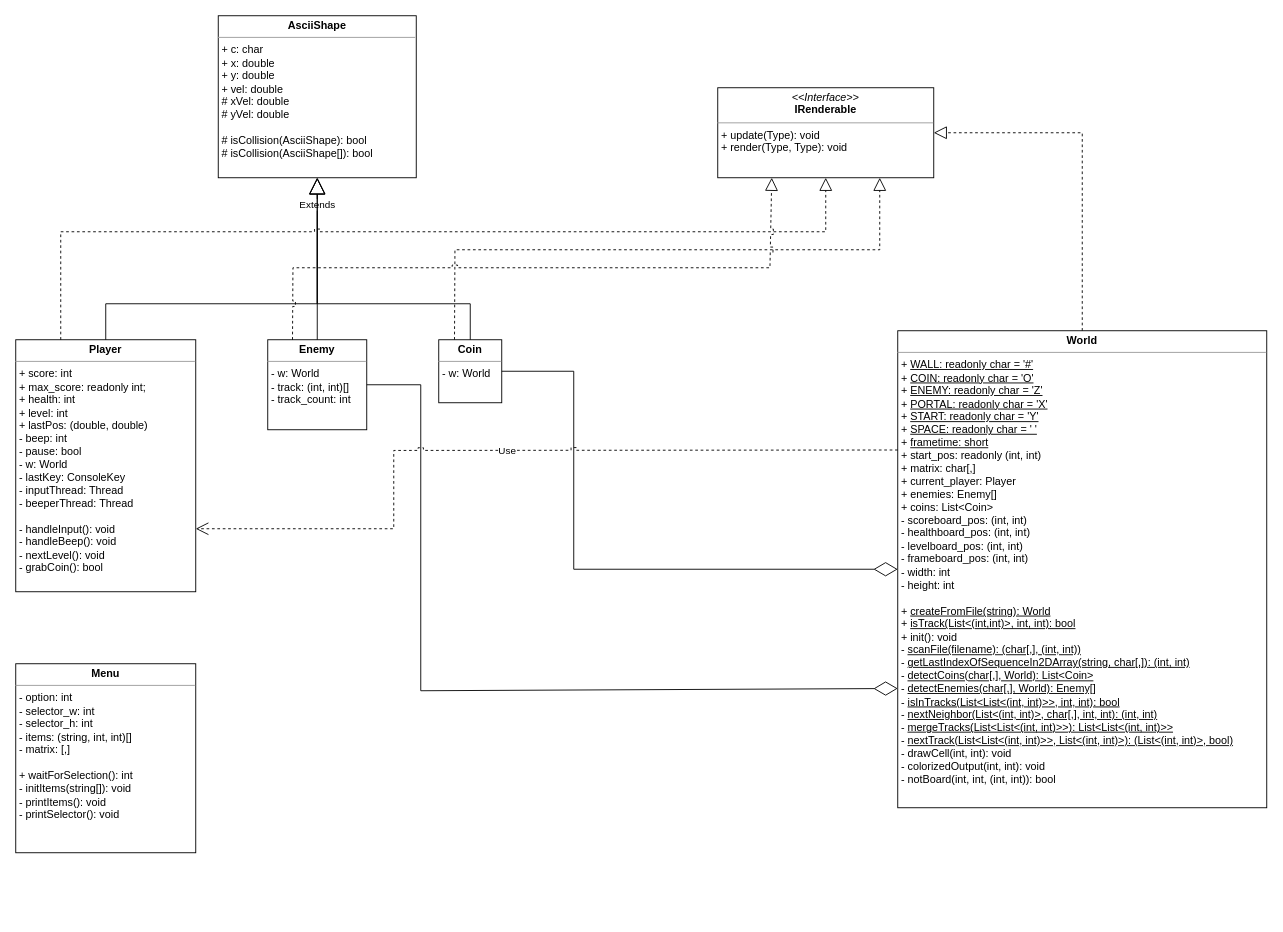
Artemexbits/BISBB_SS2023_CB_GA1 keeps this draw.io diagram as AsciiGame.drawio. Above is the earlier version. Source tidied: cells renumbered, new cells numbered last; positions are measured from the earlier drawing's top-left corner, leaving out a move shared by most shapes. Both pictures are drawn from the tidied source at 90%, with x=0, y=0 at pixel (15, 15).
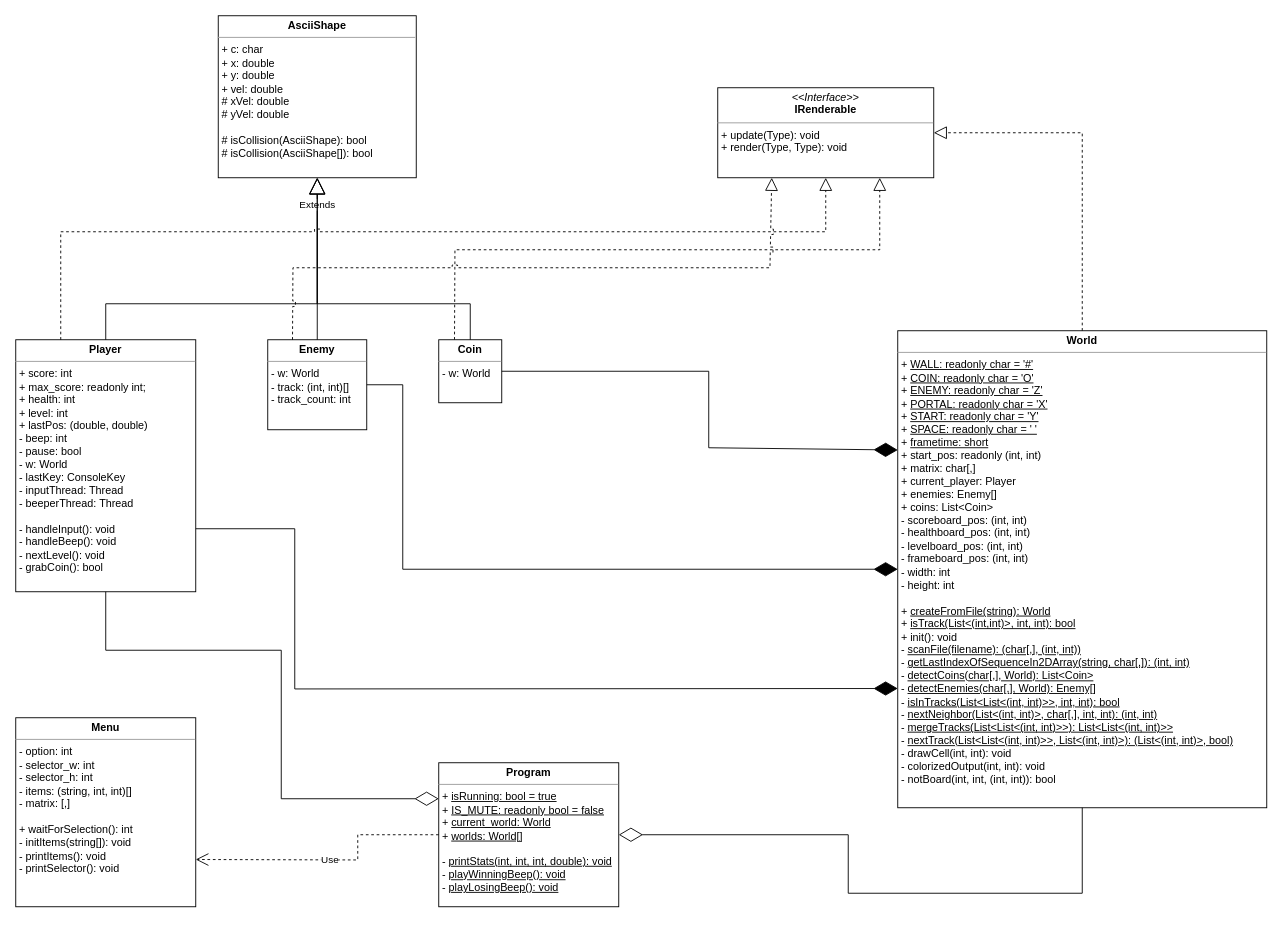
Above is the later version.

The change refers to these unchanged cells:
```xml
<mxCell id="4" value="&lt;p style=&quot;margin:0px;margin-top:4px;text-align:center;&quot;&gt;&lt;b&gt;Player&lt;/b&gt;&lt;/p&gt;&lt;hr size=&quot;1&quot;&gt;&lt;p style=&quot;margin:0px;margin-left:4px;&quot;&gt;+ score: int&lt;/p&gt;&lt;p style=&quot;margin:0px;margin-left:4px;&quot;&gt;&lt;span style=&quot;background-color: initial;&quot;&gt;+ max_score: readonly int;&lt;/span&gt;&lt;/p&gt;&lt;p style=&quot;margin:0px;margin-left:4px;&quot;&gt;+ health: int&lt;/p&gt;&lt;p style=&quot;margin:0px;margin-left:4px;&quot;&gt;+ level: int&lt;/p&gt;&lt;p style=&quot;margin:0px;margin-left:4px;&quot;&gt;+ lastPos: (double, double)&lt;/p&gt;&lt;p style=&quot;margin:0px;margin-left:4px;&quot;&gt;- beep: int&lt;/p&gt;&lt;p style=&quot;margin:0px;margin-left:4px;&quot;&gt;&lt;span style=&quot;background-color: initial;&quot;&gt;- pause: bool&lt;/span&gt;&lt;/p&gt;&lt;p style=&quot;margin:0px;margin-left:4px;&quot;&gt;- w: World&lt;/p&gt;&lt;p style=&quot;margin:0px;margin-left:4px;&quot;&gt;&lt;span style=&quot;background-color: initial;&quot;&gt;- lastKey: ConsoleKey&lt;/span&gt;&lt;/p&gt;&lt;p style=&quot;margin:0px;margin-left:4px;&quot;&gt;- inputThread: Thread&lt;/p&gt;&lt;p style=&quot;margin:0px;margin-left:4px;&quot;&gt;- beeperThread: Thread&lt;/p&gt;&lt;p style=&quot;margin:0px;margin-left:4px;&quot;&gt;&lt;br&gt;&lt;/p&gt;&lt;p style=&quot;margin:0px;margin-left:4px;&quot;&gt;- handleInput(): void&lt;/p&gt;&lt;p style=&quot;margin:0px;margin-left:4px;&quot;&gt;- handleBeep(): void&lt;/p&gt;&lt;p style=&quot;margin:0px;margin-left:4px;&quot;&gt;- nextLevel(): void&lt;/p&gt;&lt;p style=&quot;margin:0px;margin-left:4px;&quot;&gt;- grabCoin(): bool&lt;/p&gt;" style="verticalAlign=top;align=left;overflow=fill;fontSize=12;fontFamily=Helvetica;html=1;" parent="1" vertex="1">
  <mxGeometry y="360" width="200" height="280" as="geometry" />
</mxCell>
<mxCell id="5" value="&lt;p style=&quot;margin:0px;margin-top:4px;text-align:center;&quot;&gt;&lt;b&gt;Coin&lt;/b&gt;&lt;/p&gt;&lt;hr size=&quot;1&quot;&gt;&lt;p style=&quot;margin:0px;margin-left:4px;&quot;&gt;- w: World&lt;/p&gt;" style="verticalAlign=top;align=left;overflow=fill;fontSize=12;fontFamily=Helvetica;html=1;" parent="1" vertex="1">
  <mxGeometry x="470" y="360" width="70" height="70" as="geometry" />
</mxCell>
<mxCell id="6" value="&lt;p style=&quot;margin:0px;margin-top:4px;text-align:center;&quot;&gt;&lt;b&gt;Enemy&lt;/b&gt;&lt;/p&gt;&lt;hr size=&quot;1&quot;&gt;&lt;p style=&quot;margin:0px;margin-left:4px;&quot;&gt;- w: World&lt;/p&gt;&lt;p style=&quot;margin:0px;margin-left:4px;&quot;&gt;- track: (int, int)[]&lt;/p&gt;&lt;p style=&quot;margin:0px;margin-left:4px;&quot;&gt;- track_count: int&lt;/p&gt;" style="verticalAlign=top;align=left;overflow=fill;fontSize=12;fontFamily=Helvetica;html=1;" parent="1" vertex="1">
  <mxGeometry x="280" y="360" width="110" height="100" as="geometry" />
</mxCell>
<mxCell id="10" value="&lt;p style=&quot;margin:0px;margin-top:4px;text-align:center;&quot;&gt;&lt;i&gt;&amp;lt;&amp;lt;Interface&amp;gt;&amp;gt;&lt;/i&gt;&lt;br&gt;&lt;b&gt;IRenderable&lt;/b&gt;&lt;/p&gt;&lt;hr size=&quot;1&quot;&gt;&lt;p style=&quot;margin:0px;margin-left:4px;&quot;&gt;+ update(Type): void&lt;br&gt;+ render(Type, Type): void&lt;/p&gt;" style="verticalAlign=top;align=left;overflow=fill;fontSize=12;fontFamily=Helvetica;html=1;" parent="1" vertex="1">
  <mxGeometry x="780" y="80" width="240" height="100" as="geometry" />
</mxCell>
<mxCell id="11" value="&lt;p style=&quot;margin:0px;margin-top:4px;text-align:center;&quot;&gt;&lt;b&gt;World&lt;/b&gt;&lt;/p&gt;&lt;hr size=&quot;1&quot;&gt;&lt;p style=&quot;margin:0px;margin-left:4px;&quot;&gt;+ &lt;u&gt;WALL: readonly char = '#'&lt;/u&gt;&lt;/p&gt;&lt;p style=&quot;margin:0px;margin-left:4px;&quot;&gt;+ &lt;u&gt;COIN: readonly char = 'O'&lt;/u&gt;&lt;/p&gt;&lt;p style=&quot;margin:0px;margin-left:4px;&quot;&gt;+ &lt;u&gt;ENEMY: readonly char = 'Z'&lt;/u&gt;&lt;/p&gt;&lt;p style=&quot;margin:0px;margin-left:4px;&quot;&gt;+ &lt;u&gt;PORTAL: readonly char = 'X'&lt;/u&gt;&lt;/p&gt;&lt;p style=&quot;margin:0px;margin-left:4px;&quot;&gt;+ &lt;u&gt;START: readonly char = 'Y'&lt;/u&gt;&lt;/p&gt;&lt;p style=&quot;margin:0px;margin-left:4px;&quot;&gt;+ &lt;u&gt;SPACE: readonly char = ' '&lt;/u&gt;&lt;/p&gt;&lt;p style=&quot;margin:0px;margin-left:4px;&quot;&gt;+ &lt;u&gt;frametime: short&lt;/u&gt;&lt;/p&gt;&lt;p style=&quot;margin:0px;margin-left:4px;&quot;&gt;+ start_pos: readonly (int, int)&lt;/p&gt;&lt;p style=&quot;margin:0px;margin-left:4px;&quot;&gt;+ matrix: char[,]&lt;/p&gt;&lt;p style=&quot;margin:0px;margin-left:4px;&quot;&gt;+ current_player: Player&lt;/p&gt;&lt;p style=&quot;margin:0px;margin-left:4px;&quot;&gt;+ enemies: Enemy[]&lt;/p&gt;&lt;p style=&quot;margin:0px;margin-left:4px;&quot;&gt;+ coins: List&amp;lt;Coin&amp;gt;&lt;/p&gt;&lt;p style=&quot;margin:0px;margin-left:4px;&quot;&gt;- scoreboard_pos: (int, int)&lt;/p&gt;&lt;p style=&quot;margin:0px;margin-left:4px;&quot;&gt;- healthboard_pos: (int, int)&lt;/p&gt;&lt;p style=&quot;margin:0px;margin-left:4px;&quot;&gt;- levelboard_pos: (int, int)&lt;/p&gt;&lt;p style=&quot;margin:0px;margin-left:4px;&quot;&gt;- frameboard_pos: (int, int)&lt;/p&gt;&lt;p style=&quot;margin:0px;margin-left:4px;&quot;&gt;- width: int&lt;/p&gt;&lt;p style=&quot;margin:0px;margin-left:4px;&quot;&gt;- height: int&lt;/p&gt;&lt;p style=&quot;margin:0px;margin-left:4px;&quot;&gt;&lt;br&gt;&lt;/p&gt;&lt;p style=&quot;margin:0px;margin-left:4px;&quot;&gt;+ &lt;u&gt;createFromFile(string): World&lt;/u&gt;&lt;/p&gt;&lt;p style=&quot;margin:0px;margin-left:4px;&quot;&gt;+ &lt;u&gt;isTrack(List&amp;lt;(int,int)&amp;gt;, int, int): bool&lt;/u&gt;&lt;/p&gt;&lt;p style=&quot;margin:0px;margin-left:4px;&quot;&gt;+ init(): void&lt;/p&gt;&lt;p style=&quot;margin:0px;margin-left:4px;&quot;&gt;- &lt;u&gt;scanFile(filename): (char[,], (int, int))&lt;/u&gt;&lt;/p&gt;&lt;p style=&quot;margin:0px;margin-left:4px;&quot;&gt;- &lt;u&gt;getLastIndexOfSequenceIn2DArray(string, char[,]): (int, int)&lt;/u&gt;&lt;/p&gt;&lt;p style=&quot;margin:0px;margin-left:4px;&quot;&gt;- &lt;u&gt;detectCoins(char[,], World): List&amp;lt;Coin&amp;gt;&lt;/u&gt;&lt;/p&gt;&lt;p style=&quot;margin:0px;margin-left:4px;&quot;&gt;- &lt;u&gt;detectEnemies(char[,], World): Enemy[]&lt;/u&gt;&lt;/p&gt;&lt;p style=&quot;margin:0px;margin-left:4px;&quot;&gt;- &lt;u&gt;isInTracks(List&amp;lt;List&amp;lt;(int, int)&amp;gt;&amp;gt;, int, int): bool&lt;/u&gt;&lt;/p&gt;&lt;p style=&quot;margin:0px;margin-left:4px;&quot;&gt;- &lt;u&gt;nextNeighbor(List&amp;lt;(int, int)&amp;gt;, char[,], int, int): (int, int)&lt;/u&gt;&lt;/p&gt;&lt;p style=&quot;margin:0px;margin-left:4px;&quot;&gt;- &lt;u&gt;mergeTracks(List&amp;lt;List&amp;lt;(int, int)&amp;gt;&amp;gt;): List&amp;lt;List&amp;lt;(int, int)&amp;gt;&amp;gt;&lt;/u&gt;&lt;/p&gt;&lt;p style=&quot;margin:0px;margin-left:4px;&quot;&gt;- &lt;u&gt;nextTrack(List&amp;lt;List&amp;lt;(int, int)&amp;gt;&amp;gt;, List&amp;lt;(int, int)&amp;gt;): (List&amp;lt;(int, int)&amp;gt;, bool)&lt;/u&gt;&lt;/p&gt;&lt;p style=&quot;border-color: var(--border-color); margin: 0px 0px 0px 4px;&quot;&gt;- drawCell(int, int): void&lt;/p&gt;&lt;p style=&quot;border-color: var(--border-color); margin: 0px 0px 0px 4px;&quot;&gt;- colorizedOutput(int, int): void&lt;/p&gt;&lt;p style=&quot;border-color: var(--border-color); margin: 0px 0px 0px 4px;&quot;&gt;- notBoard(int, int, (int, int)): bool&lt;/p&gt;" style="verticalAlign=top;align=left;overflow=fill;fontSize=12;fontFamily=Helvetica;html=1;" parent="1" vertex="1">
  <mxGeometry x="980" y="350" width="410" height="530" as="geometry" />
</mxCell>
```

Change to the diagram source:
```diff
@@
     <mxCell id="12" value="&lt;p style=&quot;margin:0px;margin-top:4px;text-align:center;&quot;&gt;&lt;b&gt;Menu&lt;/b&gt;&lt;/p&gt;&lt;hr size=&quot;1&quot;&gt;&lt;p style=&quot;margin:0px;margin-left:4px;&quot;&gt;- option: int&lt;/p&gt;&lt;p style=&quot;margin:0px;margin-left:4px;&quot;&gt;- selector_w: int&lt;/p&gt;&lt;p style=&quot;margin:0px;margin-left:4px;&quot;&gt;- selector_h: int&lt;/p&gt;&lt;p style=&quot;margin:0px;margin-left:4px;&quot;&gt;- items: (string, int, int)[]&lt;/p&gt;&lt;p style=&quot;margin:0px;margin-left:4px;&quot;&gt;- matrix: [,]&lt;/p&gt;&lt;p style=&quot;margin:0px;margin-left:4px;&quot;&gt;&lt;br&gt;&lt;/p&gt;&lt;p style=&quot;margin:0px;margin-left:4px;&quot;&gt;+&amp;nbsp;waitForSelection(): int&lt;/p&gt;&lt;p style=&quot;margin:0px;margin-left:4px;&quot;&gt;- initItems(string[]): void&lt;/p&gt;&lt;p style=&quot;margin:0px;margin-left:4px;&quot;&gt;-&amp;nbsp;printItems(): void&lt;/p&gt;&lt;p style=&quot;margin:0px;margin-left:4px;&quot;&gt;-&amp;nbsp;printSelector(): void&lt;/p&gt;" style="verticalAlign=top;align=left;overflow=fill;fontSize=12;fontFamily=Helvetica;html=1;" parent="1" vertex="1">
-      <mxGeometry y="720" width="200" height="210" as="geometry" />
+      <mxGeometry y="780" width="200" height="210" as="geometry" />
     </mxCell>
@@
+    <mxCell id="18" style="endArrow=block;dashed=1;endFill=0;endSize=12;html=1;rounded=0;entryX=0.25;entryY=1;entryDx=0;entryDy=0;exitX=0.25;exitY=0;exitDx=0;exitDy=0;jumpStyle=sharp;" parent="1" edge="1" source="6" target="10">
+      <mxGeometry relative="1" as="geometry">
+        <Array as="points">
+          <mxPoint x="308" y="280" />
+          <mxPoint x="838" y="280" />
+        </Array>
+      </mxGeometry>
+    </mxCell>
+    <mxCell id="19" style="endArrow=diamondThin;endFill=1;endSize=24;html=1;rounded=0;exitX=1;exitY=0.75;exitDx=0;exitDy=0;entryX=0;entryY=0.75;entryDx=0;entryDy=0;" parent="1" edge="1" source="4" target="11">
+      <mxGeometry relative="1" as="geometry">
+        <Array as="points">
+          <mxPoint x="310" y="570" />
+          <mxPoint x="310" y="748" />
+        </Array>
+      </mxGeometry>
+    </mxCell>
+    <mxCell id="16" style="endArrow=diamondThin;endFill=1;endSize=24;html=1;rounded=0;exitX=1;exitY=0.5;exitDx=0;exitDy=0;entryX=0;entryY=0.5;entryDx=0;entryDy=0;" parent="1" edge="1" source="6" target="11">
+      <mxGeometry relative="1" as="geometry">
+        <Array as="points">
+          <mxPoint x="430" y="410" />
+          <mxPoint x="430" y="615" />
+        </Array>
+      </mxGeometry>
+    </mxCell>
-    <mxCell id="15" style="endArrow=diamondThin;endFill=0;endSize=24;html=1;rounded=0;entryX=0;entryY=0.5;entryDx=0;entryDy=0;exitX=1;exitY=0.5;exitDx=0;exitDy=0;" parent="1" edge="1" source="5" target="11">
+    <mxCell id="15" style="endArrow=diamondThin;endFill=1;endSize=24;html=1;rounded=0;exitX=1;exitY=0.5;exitDx=0;exitDy=0;entryX=0;entryY=0.25;entryDx=0;entryDy=0;" parent="1" edge="1" source="5" target="11">
       <mxGeometry relative="1" as="geometry">
         <Array as="points">
-          <mxPoint x="620" y="395" />
-          <mxPoint x="620" y="615" />
+          <mxPoint x="770" y="395" />
+          <mxPoint x="770" y="480" />
         </Array>
       </mxGeometry>
     </mxCell>
-    <mxCell id="16" style="endArrow=diamondThin;endFill=0;endSize=24;html=1;rounded=0;entryX=0;entryY=0.75;entryDx=0;entryDy=0;exitX=1;exitY=0.5;exitDx=0;exitDy=0;" parent="1" edge="1" source="6" target="11">
-      <mxGeometry relative="1" as="geometry">
-        <Array as="points">
-          <mxPoint x="450" y="410" />
-          <mxPoint x="450" y="750" />
-        </Array>
-      </mxGeometry>
-    </mxCell>
+    <mxCell id="20" value="&lt;p style=&quot;margin:0px;margin-top:4px;text-align:center;&quot;&gt;&lt;b&gt;Program&lt;/b&gt;&lt;/p&gt;&lt;hr size=&quot;1&quot;&gt;&lt;p style=&quot;margin:0px;margin-left:4px;&quot;&gt;+ &lt;u&gt;isRunning: bool = true&lt;/u&gt;&lt;/p&gt;&lt;p style=&quot;margin:0px;margin-left:4px;&quot;&gt;+ &lt;u&gt;IS_MUTE: readonly bool = false&lt;/u&gt;&lt;/p&gt;&lt;p style=&quot;margin:0px;margin-left:4px;&quot;&gt;+ &lt;u&gt;current_world: World&lt;/u&gt;&lt;/p&gt;&lt;p style=&quot;margin:0px;margin-left:4px;&quot;&gt;+ &lt;u&gt;worlds: World[]&lt;/u&gt;&lt;/p&gt;&lt;p style=&quot;margin:0px;margin-left:4px;&quot;&gt;&lt;br&gt;&lt;/p&gt;&lt;p style=&quot;margin:0px;margin-left:4px;&quot;&gt;- &lt;u&gt;printStats(int, int, int, double): void&lt;/u&gt;&lt;/p&gt;&lt;p style=&quot;margin:0px;margin-left:4px;&quot;&gt;- &lt;u&gt;playWinningBeep(): void&lt;/u&gt;&lt;/p&gt;&lt;p style=&quot;margin:0px;margin-left:4px;&quot;&gt;- &lt;u&gt;playLosingBeep(): void&lt;/u&gt;&lt;/p&gt;" style="verticalAlign=top;align=left;overflow=fill;fontSize=12;fontFamily=Helvetica;html=1;" parent="1" vertex="1">
+      <mxGeometry x="470" y="830" width="200" height="160" as="geometry" />
+    </mxCell>
-    <mxCell id="17" value="Use" style="endArrow=open;endSize=12;dashed=1;html=1;rounded=0;jumpStyle=sharp;exitX=0;exitY=0.25;exitDx=0;exitDy=0;entryX=1;entryY=0.75;entryDx=0;entryDy=0;" parent="1" edge="1" source="11" target="4">
+    <mxCell id="17" value="Use" style="endArrow=open;endSize=12;dashed=1;html=1;rounded=0;exitX=0;exitY=0.5;exitDx=0;exitDy=0;entryX=1;entryY=0.75;entryDx=0;entryDy=0;" parent="1" edge="1" source="20" target="12">
       <mxGeometry relative="1" as="geometry">
         <Array as="points">
-          <mxPoint x="420" y="483" />
-          <mxPoint x="420" y="570" />
+          <mxPoint x="380" y="910" />
+          <mxPoint x="380" y="938" />
         </Array>
       </mxGeometry>
     </mxCell>
-    <mxCell id="18" style="endArrow=block;dashed=1;endFill=0;endSize=12;html=1;rounded=0;entryX=0.25;entryY=1;entryDx=0;entryDy=0;exitX=0.25;exitY=0;exitDx=0;exitDy=0;jumpStyle=sharp;" parent="1" edge="1" source="6" target="10">
-      <mxGeometry relative="1" as="geometry">
-        <Array as="points">
-          <mxPoint x="308" y="280" />
-          <mxPoint x="838" y="280" />
-        </Array>
-      </mxGeometry>
-    </mxCell>
+    <mxCell id="21" style="endArrow=diamondThin;endFill=0;endSize=24;html=1;rounded=0;entryX=1;entryY=0.5;entryDx=0;entryDy=0;exitX=0.5;exitY=1;exitDx=0;exitDy=0;" parent="1" edge="1" source="11" target="20">
+      <mxGeometry relative="1" as="geometry">
+        <Array as="points">
+          <mxPoint x="1185" y="975" />
+          <mxPoint x="925" y="975" />
+          <mxPoint x="925" y="910" />
+        </Array>
+      </mxGeometry>
+    </mxCell>
+    <mxCell id="22" style="endArrow=diamondThin;endFill=0;endSize=24;html=1;rounded=0;exitX=0.5;exitY=1;exitDx=0;exitDy=0;entryX=0;entryY=0.25;entryDx=0;entryDy=0;" parent="1" edge="1" source="4" target="20">
+      <mxGeometry relative="1" as="geometry">
+        <Array as="points">
+          <mxPoint x="100" y="705" />
+          <mxPoint x="295" y="705" />
+          <mxPoint x="295" y="870" />
+        </Array>
+      </mxGeometry>
+    </mxCell>
```
